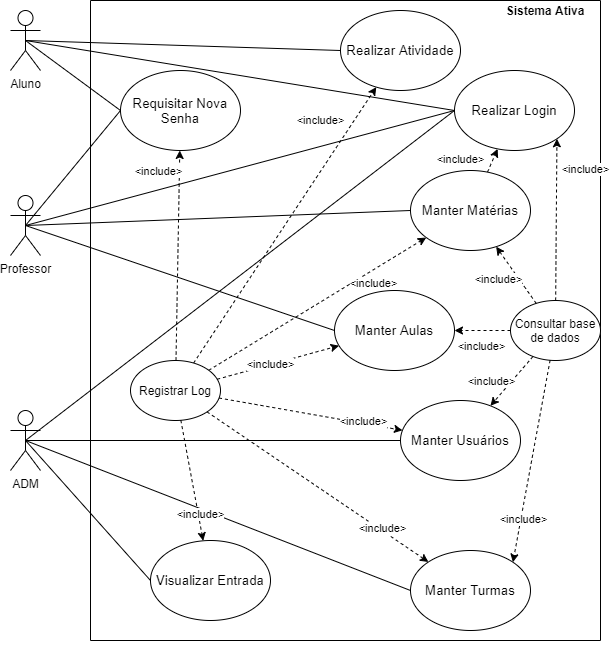
Above: fotos/Diagrama.png in jeffersonjpr/projeto-final-APOO (draw.io), before the change. Source tidied: cells renumbered, new cells last; positions are measured from the earlier drawing's top-left corner, leaving out a move shared by most shapes.
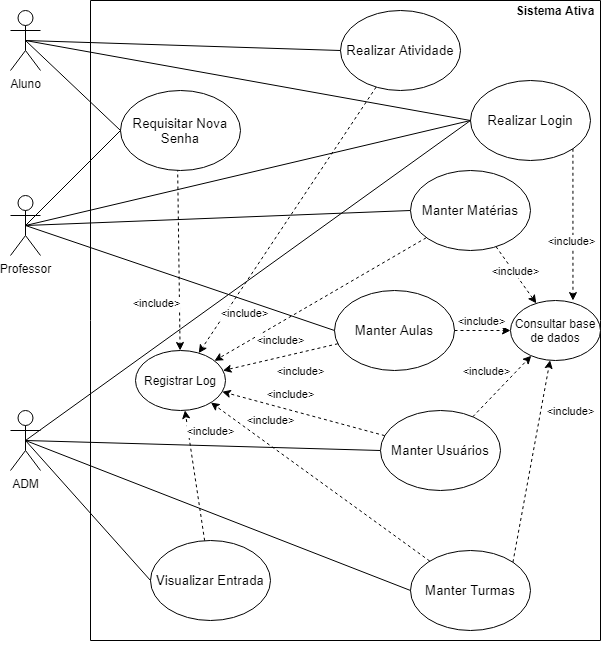
After the change.

Diff of the diagram source:
```diff
@@ -2,27 +2,29 @@
   <root>
     <mxCell id="0" />
     <mxCell id="1" parent="0" />
-    <mxCell id="2" style="endArrow=classic;html=1;dashed=1;" parent="1" edge="1" source="6" target="14">
+    <mxCell id="2" style="endArrow=classic;html=1;dashed=1;" parent="1" edge="1" source="14" target="6">
       <mxGeometry relative="1" as="geometry" />
     </mxCell>
     <mxCell id="3" value="&amp;lt;include&amp;gt;" style="edgeLabel;html=1;align=center;verticalAlign=middle;" parent="2" vertex="1">
       <mxGeometry x="0.57" y="2" relative="1" as="geometry">
-        <mxPoint x="-14.4" y="-25.5" as="offset" />
+        <mxPoint x="5.6" y="16.1" as="offset" />
       </mxGeometry>
     </mxCell>
-    <mxCell id="4" style="endArrow=classic;html=1;dashed=1;" parent="1" edge="1" source="6" target="10">
-      <mxGeometry relative="1" as="geometry" />
+    <mxCell id="4" style="endArrow=classic;html=1;dashed=1;" parent="1" edge="1" target="6">
+      <mxGeometry relative="1" as="geometry">
+        <mxPoint x="166.9" y="150" as="sourcePoint" />
+      </mxGeometry>
     </mxCell>
     <mxCell id="5" value="&amp;lt;include&amp;gt;" style="edgeLabel;html=1;align=center;verticalAlign=middle;" parent="4" vertex="1">
       <mxGeometry x="0.57" y="2" relative="1" as="geometry">
-        <mxPoint x="-19.3" y="-25" as="offset" />
+        <mxPoint x="-25.9" y="-4.8" as="offset" />
       </mxGeometry>
     </mxCell>
     <mxCell id="6" value="Registrar Log" style="ellipse;whiteSpace=wrap;html=1;" parent="1" vertex="1">
-      <mxGeometry x="120" y="360" width="90" height="60" as="geometry" />
+      <mxGeometry x="125" y="350" width="90" height="60" as="geometry" />
     </mxCell>
     <mxCell id="7" value="&lt;span style=&quot;color: rgb(0 , 0 , 0) ; font-family: &amp;#34;arial&amp;#34; ; font-size: 13.3333px&quot;&gt;Realizar Login&lt;/span&gt;" style="ellipse;whiteSpace=wrap;html=1;fontColor=#FFFFFF;" parent="1" vertex="1">
-      <mxGeometry x="444" y="70" width="120" height="80" as="geometry" />
+      <mxGeometry x="460" y="80" width="120" height="80" as="geometry" />
     </mxCell>
     <mxCell id="8" value="&lt;span&gt;Professor&lt;/span&gt;" style="shape=umlActor;verticalLabelPosition=bottom;verticalAlign=top;html=1;outlineConnect=0;" parent="1" vertex="1">
       <mxGeometry y="195" width="30" height="60" as="geometry" />
@@ -31,7 +33,7 @@
       <mxGeometry y="10" width="30" height="60" as="geometry" />
     </mxCell>
     <mxCell id="10" value="&lt;span style=&quot;color: rgb(0 , 0 , 0) ; font-family: &amp;#34;arial&amp;#34; ; font-size: 13.3333px&quot;&gt;Requisitar Nova Senha&lt;/span&gt;" style="ellipse;whiteSpace=wrap;html=1;fontColor=#FFFFFF;" parent="1" vertex="1">
-      <mxGeometry x="110" y="70" width="120" height="80" as="geometry" />
+      <mxGeometry x="110" y="90" width="120" height="80" as="geometry" />
     </mxCell>
     <mxCell id="11" style="endArrow=none;html=1;fontColor=#000000;exitX=0.5;exitY=0.5;exitDx=0;exitDy=0;exitPerimeter=0;entryX=0;entryY=0.5;entryDx=0;entryDy=0;" parent="1" edge="1" source="9" target="7">
       <mxGeometry relative="1" as="geometry" />
@@ -106,93 +108,95 @@
       </mxGeometry>
     </mxCell>
     <mxCell id="31" value="&lt;b&gt;Sistema Ativa&lt;/b&gt;" style="text;html=1;strokeColor=none;fillColor=none;align=center;verticalAlign=middle;whiteSpace=wrap;rounded=0;fontColor=#000000;" parent="1" vertex="1">
-      <mxGeometry x="490" width="90" height="20" as="geometry" />
+      <mxGeometry x="500" width="90" height="20" as="geometry" />
     </mxCell>
     <mxCell id="32" value="Consultar base de dados" style="ellipse;whiteSpace=wrap;html=1;" parent="1" vertex="1">
       <mxGeometry x="500" y="300" width="90" height="60" as="geometry" />
     </mxCell>
-    <mxCell id="33" style="endArrow=classic;html=1;dashed=1;" parent="1" edge="1" source="32" target="55">
+    <mxCell id="33" style="endArrow=classic;html=1;dashed=1;" parent="1" edge="1" source="55" target="32">
       <mxGeometry relative="1" as="geometry" />
     </mxCell>
     <mxCell id="34" value="&amp;lt;include&amp;gt;" style="edgeLabel;html=1;align=center;verticalAlign=middle;" parent="33" vertex="1">
       <mxGeometry x="0.57" y="2" relative="1" as="geometry">
-        <mxPoint x="-10.7" y="-15.9" as="offset" />
+        <mxPoint x="-31.4" y="3.2" as="offset" />
       </mxGeometry>
     </mxCell>
-    <mxCell id="35" style="endArrow=classic;html=1;dashed=1;" parent="1" edge="1" source="32" target="18">
+    <mxCell id="35" style="endArrow=classic;html=1;dashed=1;" parent="1" edge="1" source="56" target="32">
       <mxGeometry relative="1" as="geometry" />
     </mxCell>
     <mxCell id="36" value="&amp;lt;include&amp;gt;" style="edgeLabel;html=1;align=center;verticalAlign=middle;" parent="35" vertex="1">
       <mxGeometry x="0.57" y="2" relative="1" as="geometry">
-        <mxPoint x="14" y="13.1" as="offset" />
+        <mxPoint x="-14.4" y="-19.1" as="offset" />
       </mxGeometry>
     </mxCell>
-    <mxCell id="37" style="endArrow=classic;html=1;dashed=1;entryX=1;entryY=1;entryDx=0;entryDy=0;" parent="1" edge="1" source="32" target="7">
+    <mxCell id="37" style="endArrow=classic;html=1;dashed=1;exitX=1;exitY=1;exitDx=0;exitDy=0;entryX=0.694;entryY=0.001;entryDx=0;entryDy=0;entryPerimeter=0;" parent="1" edge="1" source="7" target="32">
       <mxGeometry relative="1" as="geometry" />
     </mxCell>
     <mxCell id="38" value="&amp;lt;include&amp;gt;" style="edgeLabel;html=1;align=center;verticalAlign=middle;" parent="37" vertex="1">
       <mxGeometry x="0.57" y="2" relative="1" as="geometry">
-        <mxPoint x="30.5" y="-4.1" as="offset" />
+        <mxPoint x="-4.4" y="-27.3" as="offset" />
       </mxGeometry>
     </mxCell>
-    <mxCell id="39" style="endArrow=classic;html=1;dashed=1;" parent="1" edge="1" source="32" target="56">
+    <mxCell id="39" style="endArrow=classic;html=1;dashed=1;" parent="1" edge="1" source="18" target="32">
       <mxGeometry relative="1" as="geometry" />
     </mxCell>
     <mxCell id="40" value="&amp;lt;include&amp;gt;" style="edgeLabel;html=1;align=center;verticalAlign=middle;" parent="39" vertex="1">
       <mxGeometry x="0.57" y="2" relative="1" as="geometry">
-        <mxPoint x="-5.2" y="18.8" as="offset" />
+        <mxPoint x="-18" y="-8" as="offset" />
       </mxGeometry>
     </mxCell>
-    <mxCell id="41" style="endArrow=classic;html=1;dashed=1;entryX=1;entryY=0;entryDx=0;entryDy=0;" parent="1" edge="1" source="32" target="22">
+    <mxCell id="41" style="endArrow=classic;html=1;dashed=1;exitX=1;exitY=0;exitDx=0;exitDy=0;" parent="1" edge="1" source="22" target="32">
       <mxGeometry relative="1" as="geometry" />
     </mxCell>
     <mxCell id="42" value="&amp;lt;include&amp;gt;" style="edgeLabel;html=1;align=center;verticalAlign=middle;" parent="41" vertex="1">
-      <mxGeometry x="0.57" y="2" relative="1" as="geometry" />
+      <mxGeometry x="0.57" y="2" relative="1" as="geometry">
+        <mxPoint x="30.4" y="7" as="offset" />
+      </mxGeometry>
     </mxCell>
-    <mxCell id="43" style="endArrow=classic;html=1;dashed=1;" parent="1" edge="1" source="6" target="55">
+    <mxCell id="43" style="endArrow=classic;html=1;dashed=1;" parent="1" edge="1" source="55" target="6">
       <mxGeometry relative="1" as="geometry" />
     </mxCell>
     <mxCell id="44" value="&amp;lt;include&amp;gt;" style="edgeLabel;html=1;align=center;verticalAlign=middle;" parent="43" vertex="1">
-      <mxGeometry x="0.57" y="2" relative="1" as="geometry" />
+      <mxGeometry x="0.57" y="2" relative="1" as="geometry">
+        <mxPoint x="33.7" y="-9.6" as="offset" />
+      </mxGeometry>
     </mxCell>
-    <mxCell id="45" style="endArrow=classic;html=1;dashed=1;" parent="1" edge="1" source="6" target="18">
+    <mxCell id="45" style="endArrow=classic;html=1;dashed=1;" parent="1" edge="1" source="18" target="6">
       <mxGeometry relative="1" as="geometry" />
     </mxCell>
     <mxCell id="46" value="&amp;lt;include&amp;gt;" style="edgeLabel;html=1;align=center;verticalAlign=middle;" parent="45" vertex="1">
       <mxGeometry x="0.57" y="2" relative="1" as="geometry">
-        <mxPoint x="-41.7" y="13.1" as="offset" />
+        <mxPoint x="51.8" y="3.9" as="offset" />
       </mxGeometry>
     </mxCell>
-    <mxCell id="47" style="endArrow=classic;html=1;dashed=1;" parent="1" edge="1" source="56" target="7">
-      <mxGeometry relative="1" as="geometry" />
-    </mxCell>
-    <mxCell id="48" value="&amp;lt;include&amp;gt;" style="edgeLabel;html=1;align=center;verticalAlign=middle;" parent="47" vertex="1">
-      <mxGeometry x="0.57" y="2" relative="1" as="geometry">
-        <mxPoint x="-33.1" y="6" as="offset" />
-      </mxGeometry>
-    </mxCell>
-    <mxCell id="49" style="endArrow=classic;html=1;dashed=1;" parent="1" edge="1" source="6" target="56">
-      <mxGeometry relative="1" as="geometry" />
+    <mxCell id="49" style="endArrow=classic;html=1;dashed=1;" parent="1" edge="1" target="6">
+      <mxGeometry relative="1" as="geometry">
+        <mxPoint x="415.7" y="237.3" as="sourcePoint" />
+      </mxGeometry>
     </mxCell>
     <mxCell id="50" value="&amp;lt;include&amp;gt;" style="edgeLabel;html=1;align=center;verticalAlign=middle;" parent="49" vertex="1">
       <mxGeometry x="0.57" y="2" relative="1" as="geometry">
-        <mxPoint x="-5.2" y="18.8" as="offset" />
+        <mxPoint x="19.3" y="4.5" as="offset" />
       </mxGeometry>
     </mxCell>
-    <mxCell id="51" style="endArrow=classic;html=1;dashed=1;" parent="1" edge="1" source="6" target="22">
+    <mxCell id="51" style="endArrow=classic;html=1;dashed=1;" parent="1" edge="1" source="22" target="6">
       <mxGeometry relative="1" as="geometry" />
     </mxCell>
     <mxCell id="52" value="&amp;lt;include&amp;gt;" style="edgeLabel;html=1;align=center;verticalAlign=middle;" parent="51" vertex="1">
-      <mxGeometry x="0.57" y="2" relative="1" as="geometry" />
+      <mxGeometry x="0.57" y="2" relative="1" as="geometry">
+        <mxPoint x="13.6" y="-17.9" as="offset" />
+      </mxGeometry>
     </mxCell>
-    <mxCell id="53" style="endArrow=classic;html=1;dashed=1;" parent="1" edge="1" source="6" target="25">
+    <mxCell id="53" style="endArrow=classic;html=1;dashed=1;" parent="1" edge="1" source="25" target="6">
       <mxGeometry relative="1" as="geometry" />
     </mxCell>
     <mxCell id="54" value="&amp;lt;include&amp;gt;" style="edgeLabel;html=1;align=center;verticalAlign=middle;" parent="53" vertex="1">
-      <mxGeometry x="0.57" y="2" relative="1" as="geometry" />
+      <mxGeometry x="0.57" y="2" relative="1" as="geometry">
+        <mxPoint x="23.2" y="-8.6" as="offset" />
+      </mxGeometry>
     </mxCell>
     <mxCell id="55" value="&lt;span style=&quot;color: rgb(0 , 0 , 0) ; font-family: &amp;#34;arial&amp;#34; ; font-size: 13.3333px&quot;&gt;Manter&amp;nbsp;&lt;/span&gt;&lt;span style=&quot;color: rgb(0 , 0 , 0) ; font-size: 10pt ; font-family: &amp;#34;arial&amp;#34;&quot;&gt;Usuários&lt;/span&gt;" style="ellipse;whiteSpace=wrap;html=1;fontColor=#FFFFFF;" parent="1" vertex="1">
-      <mxGeometry x="390" y="400" width="120" height="80" as="geometry" />
+      <mxGeometry x="370" y="410" width="120" height="80" as="geometry" />
     </mxCell>
     <mxCell id="56" value="&lt;span style=&quot;color: rgb(0 , 0 , 0) ; font-size: 10pt ; font-family: &amp;#34;arial&amp;#34;&quot;&gt;Manter Matérias&lt;/span&gt;" style="ellipse;whiteSpace=wrap;html=1;fontColor=#FFFFFF;" parent="1" vertex="1">
       <mxGeometry x="400" y="170" width="120" height="80" as="geometry" />
```
